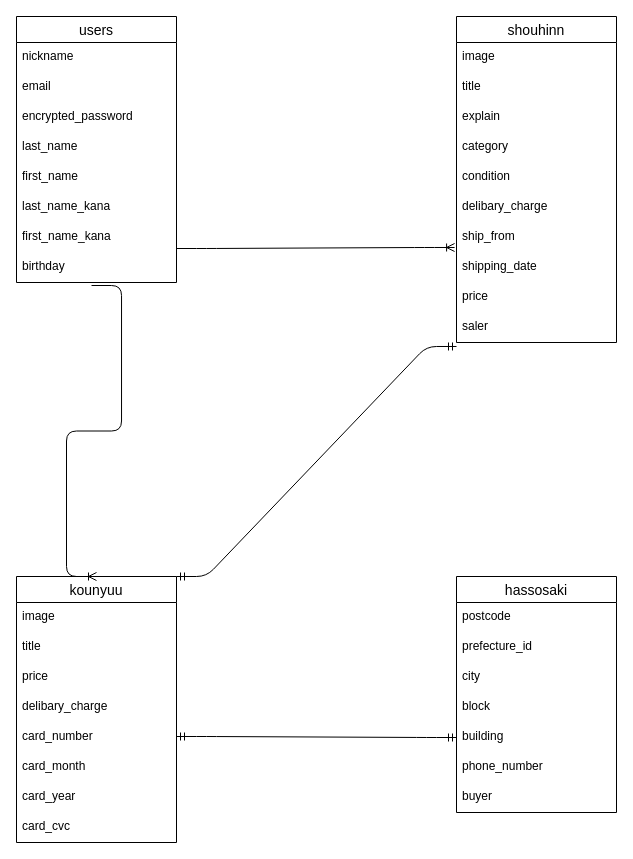
Above: app/views/test.dio in seiya-ishizu/furima-38026 (draw.io), before the change. Source tidied: cells renumbered, new cells numbered last; positions are measured from the earlier drawing's top-left corner, leaving out a move shared by most shapes. Both pictures are drawn from the tidied source at 100%, with x=0, y=0 at pixel (16, 16).
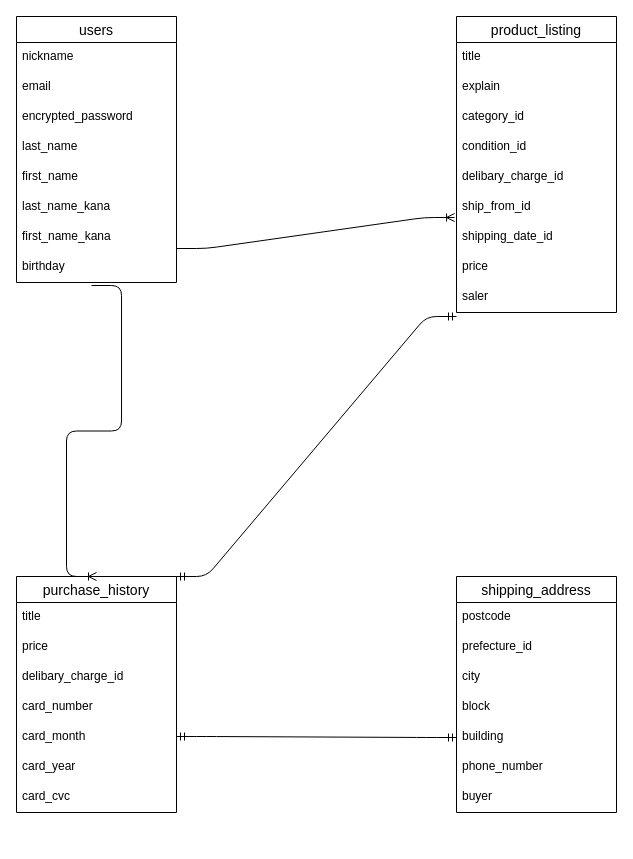
The same page after the edit.

The edit, as a diff of the source:
```diff
@@
-    <mxCell id="11" value="shouhinn" style="swimlane;fontStyle=0;horizontal=1;startSize=26;align=center;fontSize=14;" parent="1" vertex="1">
-      <mxGeometry x="440" width="160" height="326" as="geometry" />
+    <mxCell id="11" value="product_listing" style="swimlane;fontStyle=0;horizontal=1;startSize=26;align=center;fontSize=14;" parent="1" vertex="1">
+      <mxGeometry x="440" width="160" height="296" as="geometry" />
     </mxCell>
-    <mxCell id="12" value="image" style="text;strokeColor=none;fillColor=none;spacingLeft=4;spacingRight=4;overflow=hidden;fontSize=12;" parent="11" vertex="1">
-      <mxGeometry y="26" width="160" height="30" as="geometry" />
-    </mxCell>
     <mxCell id="13" value="title" style="text;strokeColor=none;fillColor=none;spacingLeft=4;spacingRight=4;overflow=hidden;fontSize=12;" parent="11" vertex="1">
-      <mxGeometry y="56" width="160" height="30" as="geometry" />
+      <mxGeometry y="26" width="160" height="30" as="geometry" />
     </mxCell>
     <mxCell id="14" value="explain" style="text;strokeColor=none;fillColor=none;spacingLeft=4;spacingRight=4;overflow=hidden;fontSize=12;" parent="11" vertex="1">
-      <mxGeometry y="86" width="160" height="30" as="geometry" />
+      <mxGeometry y="56" width="160" height="30" as="geometry" />
     </mxCell>
-    <mxCell id="15" value="category" style="text;strokeColor=none;fillColor=none;spacingLeft=4;spacingRight=4;overflow=hidden;fontSize=12;" parent="11" vertex="1">
-      <mxGeometry y="116" width="160" height="30" as="geometry" />
+    <mxCell id="15" value="category_id" style="text;strokeColor=none;fillColor=none;spacingLeft=4;spacingRight=4;overflow=hidden;fontSize=12;" parent="11" vertex="1">
+      <mxGeometry y="86" width="160" height="30" as="geometry" />
     </mxCell>
-    <mxCell id="16" value="condition" style="text;strokeColor=none;fillColor=none;spacingLeft=4;spacingRight=4;overflow=hidden;fontSize=12;" parent="11" vertex="1">
-      <mxGeometry y="146" width="160" height="30" as="geometry" />
+    <mxCell id="16" value="condition_id" style="text;strokeColor=none;fillColor=none;spacingLeft=4;spacingRight=4;overflow=hidden;fontSize=12;" parent="11" vertex="1">
+      <mxGeometry y="116" width="160" height="30" as="geometry" />
     </mxCell>
-    <mxCell id="17" value="delibary_charge" style="text;strokeColor=none;fillColor=none;spacingLeft=4;spacingRight=4;overflow=hidden;fontSize=12;" parent="11" vertex="1">
-      <mxGeometry y="176" width="160" height="30" as="geometry" />
+    <mxCell id="17" value="delibary_charge_id" style="text;strokeColor=none;fillColor=none;spacingLeft=4;spacingRight=4;overflow=hidden;fontSize=12;" parent="11" vertex="1">
+      <mxGeometry y="146" width="160" height="30" as="geometry" />
     </mxCell>
-    <mxCell id="18" value="ship_from" style="text;strokeColor=none;fillColor=none;spacingLeft=4;spacingRight=4;overflow=hidden;points=[[0,0.5],[1,0.5]];portConstraint=eastwest;fontSize=12;" parent="11" vertex="1">
-      <mxGeometry y="206" width="160" height="30" as="geometry" />
+    <mxCell id="18" value="ship_from_id" style="text;strokeColor=none;fillColor=none;spacingLeft=4;spacingRight=4;overflow=hidden;points=[[0,0.5],[1,0.5]];portConstraint=eastwest;fontSize=12;" parent="11" vertex="1">
+      <mxGeometry y="176" width="160" height="30" as="geometry" />
     </mxCell>
-    <mxCell id="19" value="shipping_date" style="text;strokeColor=none;fillColor=none;spacingLeft=4;spacingRight=4;overflow=hidden;fontSize=12;" parent="11" vertex="1">
-      <mxGeometry y="236" width="160" height="30" as="geometry" />
+    <mxCell id="19" value="shipping_date_id" style="text;strokeColor=none;fillColor=none;spacingLeft=4;spacingRight=4;overflow=hidden;fontSize=12;" parent="11" vertex="1">
+      <mxGeometry y="206" width="160" height="30" as="geometry" />
     </mxCell>
     <mxCell id="20" value="price" style="text;strokeColor=none;fillColor=none;spacingLeft=4;spacingRight=4;overflow=hidden;fontSize=12;" parent="11" vertex="1">
-      <mxGeometry y="266" width="160" height="30" as="geometry" />
+      <mxGeometry y="236" width="160" height="30" as="geometry" />
     </mxCell>
     <mxCell id="21" value="saler" style="text;strokeColor=none;fillColor=none;spacingLeft=4;spacingRight=4;overflow=hidden;points=[[0,0.5],[1,0.5]];portConstraint=eastwest;fontSize=12;" parent="11" vertex="1">
-      <mxGeometry y="296" width="160" height="30" as="geometry" />
+      <mxGeometry y="266" width="160" height="30" as="geometry" />
     </mxCell>
-    <mxCell id="22" value="kounyuu" style="swimlane;fontStyle=0;horizontal=1;startSize=26;align=center;fontSize=14;" parent="1" vertex="1">
-      <mxGeometry y="560" width="160" height="266" as="geometry" />
+    <mxCell id="22" value="purchase_history" style="swimlane;fontStyle=0;horizontal=1;startSize=26;align=center;fontSize=14;" parent="1" vertex="1">
+      <mxGeometry y="560" width="160" height="236" as="geometry" />
     </mxCell>
-    <mxCell id="23" value="image" style="text;strokeColor=none;fillColor=none;spacingLeft=4;spacingRight=4;overflow=hidden;fontSize=12;" parent="22" vertex="1">
-      <mxGeometry y="26" width="160" height="30" as="geometry" />
-    </mxCell>
     <mxCell id="24" value="title" style="text;strokeColor=none;fillColor=none;spacingLeft=4;spacingRight=4;overflow=hidden;fontSize=12;" parent="22" vertex="1">
-      <mxGeometry y="56" width="160" height="30" as="geometry" />
+      <mxGeometry y="26" width="160" height="30" as="geometry" />
     </mxCell>
     <mxCell id="25" value="price" style="text;strokeColor=none;fillColor=none;spacingLeft=4;spacingRight=4;overflow=hidden;fontSize=12;" parent="22" vertex="1">
-      <mxGeometry y="86" width="160" height="30" as="geometry" />
+      <mxGeometry y="56" width="160" height="30" as="geometry" />
     </mxCell>
-    <mxCell id="26" value="delibary_charge" style="text;strokeColor=none;fillColor=none;spacingLeft=4;spacingRight=4;overflow=hidden;fontSize=12;" parent="22" vertex="1">
-      <mxGeometry y="116" width="160" height="30" as="geometry" />
+    <mxCell id="26" value="delibary_charge_id" style="text;strokeColor=none;fillColor=none;spacingLeft=4;spacingRight=4;overflow=hidden;fontSize=12;" parent="22" vertex="1">
+      <mxGeometry y="86" width="160" height="30" as="geometry" />
     </mxCell>
     <mxCell id="27" value="card_number" style="text;strokeColor=none;fillColor=none;spacingLeft=4;spacingRight=4;overflow=hidden;fontSize=12;" parent="22" vertex="1">
-      <mxGeometry y="146" width="160" height="30" as="geometry" />
+      <mxGeometry y="116" width="160" height="30" as="geometry" />
     </mxCell>
     <mxCell id="28" value="card_month" style="text;strokeColor=none;fillColor=none;spacingLeft=4;spacingRight=4;overflow=hidden;fontSize=12;" parent="22" vertex="1">
-      <mxGeometry y="176" width="160" height="30" as="geometry" />
+      <mxGeometry y="146" width="160" height="30" as="geometry" />
     </mxCell>
     <mxCell id="29" value="card_year" style="text;strokeColor=none;fillColor=none;spacingLeft=4;spacingRight=4;overflow=hidden;fontSize=12;" parent="22" vertex="1">
-      <mxGeometry y="206" width="160" height="30" as="geometry" />
+      <mxGeometry y="176" width="160" height="30" as="geometry" />
     </mxCell>
     <mxCell id="30" value="card_cvc" style="text;strokeColor=none;fillColor=none;spacingLeft=4;spacingRight=4;overflow=hidden;fontSize=12;" parent="22" vertex="1">
-      <mxGeometry y="236" width="160" height="30" as="geometry" />
+      <mxGeometry y="206" width="160" height="30" as="geometry" />
     </mxCell>
-    <mxCell id="31" value="hassosaki" style="swimlane;fontStyle=0;horizontal=1;startSize=26;align=center;fontSize=14;" parent="1" vertex="1">
+    <mxCell id="31" value="shipping_address" style="swimlane;fontStyle=0;horizontal=1;startSize=26;align=center;fontSize=14;" parent="1" vertex="1">
       <mxGeometry x="440" y="560" width="160" height="236" as="geometry" />
     </mxCell>
```
